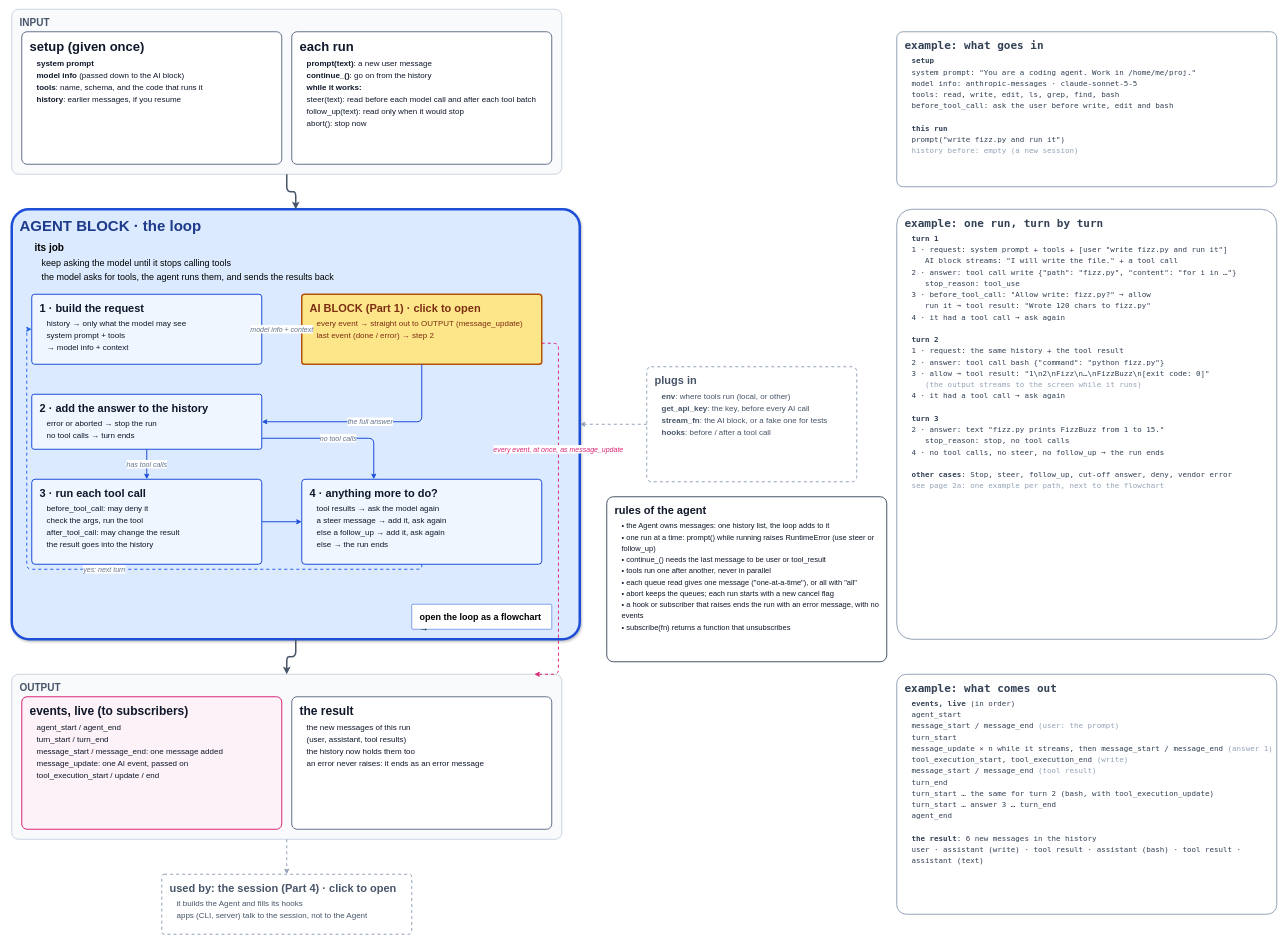
danhugo/simp-agent keeps this draw.io diagram as page "2 · Agent block" (1 of 7) of docs/guidebook/img/architecture.drawio. Above is the earlier version. Source tidied: cells renumbered, new cells numbered last; positions are measured from the earlier drawing's top-left corner, leaving out a move shared by most shapes. Both pictures are drawn from the tidied source at 50%, with x=0, y=0 at pixel (12, 9).
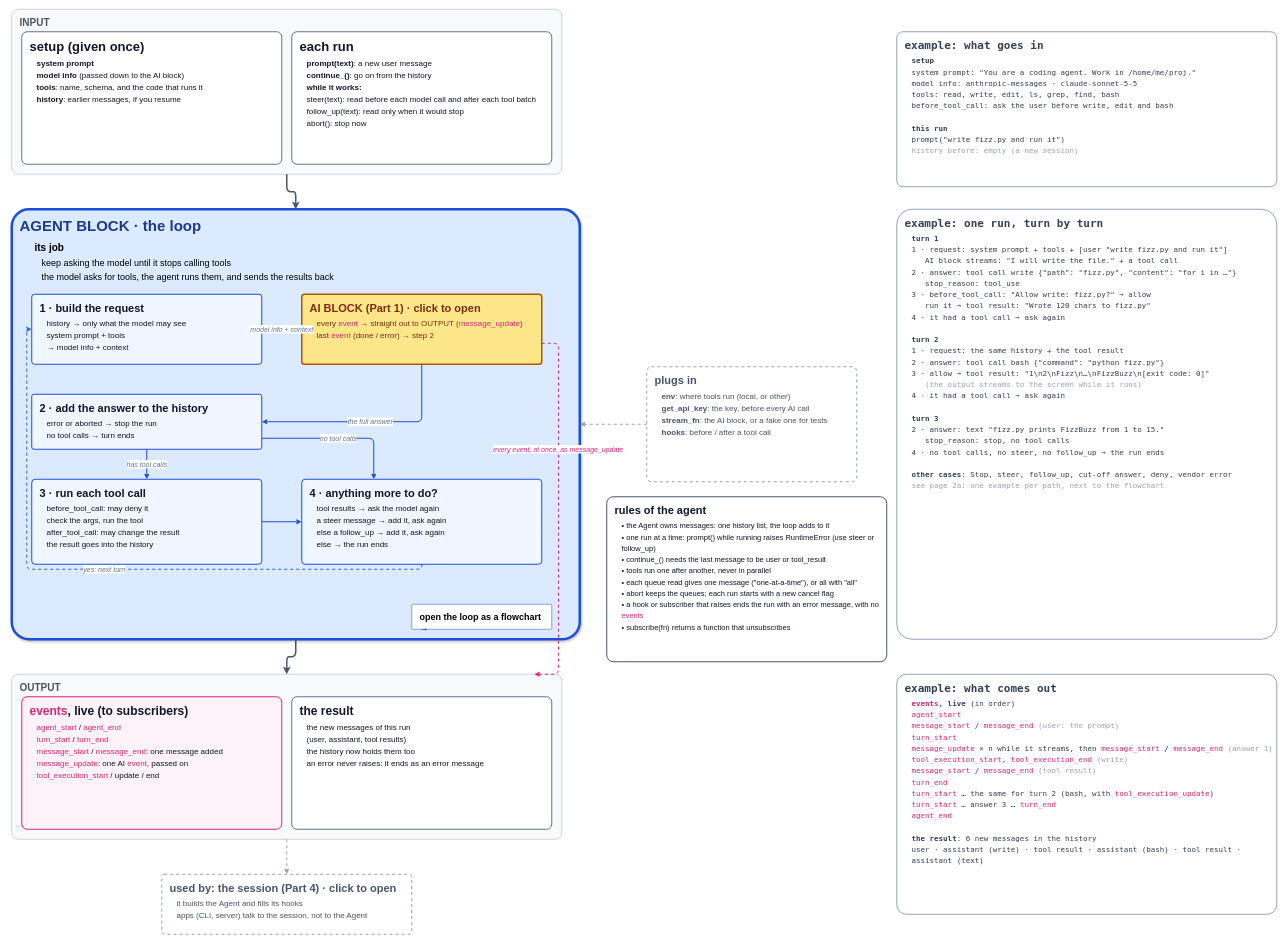
Above is the later version.

Commit message (it also covers changes not shown here):
guidebook: event words in pink inside every box

Unchanged cells that the change refers to:
```xml
<mxCell id="18" value="&lt;b style=&quot;font-size:20px&quot;&gt;OUTPUT&lt;/b&gt;&lt;div style=&quot;font-size:16px;line-height:1.5;margin-top:6px;padding-left:14px&quot;&gt;&lt;/div&gt;" style="whiteSpace=wrap;html=1;align=left;verticalAlign=top;spacingLeft=14;spacingTop=8;rounded=1;arcSize=4;fillColor=#f8fafc;strokeColor=#cbd5e1;strokeWidth=2;fontColor=#475569;" parent="1" vertex="1">
  <mxGeometry y="1330" width="1100" height="330" as="geometry" />
</mxCell>
```

Diff of the diagram source:
```diff
@@
-    <mxCell id="8" value="&lt;b style=&quot;font-size:22px&quot;&gt;AI BLOCK (Part 1) · click to open&lt;/b&gt;&lt;div style=&quot;font-size:16px;line-height:1.5;margin-top:6px;padding-left:14px&quot;&gt;every event → straight out to OUTPUT (message_update)&lt;br&gt;last event (done / error) → step 2&lt;/div&gt;" style="whiteSpace=wrap;html=1;align=left;verticalAlign=top;spacingLeft=14;spacingTop=8;rounded=1;arcSize=4;fillColor=#fde68a;strokeColor=#b45309;strokeWidth=3;fontColor=#7c2d12;" parent="1" vertex="1">
+    <mxCell id="8" value="&lt;b style=&quot;font-size:22px&quot;&gt;AI BLOCK (Part 1) · click to open&lt;/b&gt;&lt;div style=&quot;font-size:16px;line-height:1.5;margin-top:6px;padding-left:14px&quot;&gt;every &lt;span style=&quot;color:#db2777&quot;&gt;event&lt;/span&gt; → straight out to OUTPUT (&lt;span style=&quot;color:#db2777&quot;&gt;message_update&lt;/span&gt;)&lt;br&gt;last &lt;span style=&quot;color:#db2777&quot;&gt;event&lt;/span&gt; (done / error) → step 2&lt;/div&gt;" style="whiteSpace=wrap;html=1;align=left;verticalAlign=top;spacingLeft=14;spacingTop=8;rounded=1;arcSize=4;fillColor=#fde68a;strokeColor=#b45309;strokeWidth=3;fontColor=#7c2d12;" parent="1" vertex="1">
       <mxGeometry x="580" y="570" width="480" height="140" as="geometry" />
     </mxCell>
@@
-    <mxCell id="19" value="&lt;b style=&quot;font-size:24px&quot;&gt;events, live (to subscribers)&lt;/b&gt;&lt;div style=&quot;font-size:16px;line-height:1.5;margin-top:6px;padding-left:14px&quot;&gt;agent_start / agent_end&lt;br&gt;turn_start / turn_end&lt;br&gt;message_start / message_end: one message added&lt;br&gt;message_update: one AI event, passed on&lt;br&gt;tool_execution_start / update / end&lt;/div&gt;" style="whiteSpace=wrap;html=1;align=left;verticalAlign=top;spacingLeft=14;spacingTop=8;rounded=1;arcSize=4;fillColor=#fdf2f8;strokeWidth=2;fontColor=#0f172a;strokeColor=#db2777;" parent="1" vertex="1">
+    <mxCell id="19" value="&lt;b style=&quot;font-size:24px&quot;&gt;&lt;span style=&quot;color:#db2777&quot;&gt;events&lt;/span&gt;, live (to subscribers)&lt;/b&gt;&lt;div style=&quot;font-size:16px;line-height:1.5;margin-top:6px;padding-left:14px&quot;&gt;&lt;span style=&quot;color:#db2777&quot;&gt;agent_start&lt;/span&gt; / &lt;span style=&quot;color:#db2777&quot;&gt;agent_end&lt;/span&gt;&lt;br&gt;&lt;span style=&quot;color:#db2777&quot;&gt;turn_start&lt;/span&gt; / &lt;span style=&quot;color:#db2777&quot;&gt;turn_end&lt;/span&gt;&lt;br&gt;&lt;span style=&quot;color:#db2777&quot;&gt;message_start&lt;/span&gt; / &lt;span style=&quot;color:#db2777&quot;&gt;message_end&lt;/span&gt;: one message added&lt;br&gt;&lt;span style=&quot;color:#db2777&quot;&gt;message_update&lt;/span&gt;: one AI &lt;span style=&quot;color:#db2777&quot;&gt;event&lt;/span&gt;, passed on&lt;br&gt;&lt;span style=&quot;color:#db2777&quot;&gt;tool_execution_start&lt;/span&gt; / update / end&lt;/div&gt;" style="whiteSpace=wrap;html=1;align=left;verticalAlign=top;spacingLeft=14;spacingTop=8;rounded=1;arcSize=4;fillColor=#fdf2f8;strokeWidth=2;fontColor=#0f172a;strokeColor=#db2777;" parent="1" vertex="1">
       <mxGeometry x="20" y="1375" width="520" height="265" as="geometry" />
     </mxCell>
@@
-    <mxCell id="25" value="every event, at once, as message_update" style="edgeStyle=orthogonalEdgeStyle;rounded=1;html=1;fontSize=14;fontStyle=2;dashed=1;strokeWidth=2;exitX=1;exitY=0.7;entryX=0.95;entryY=0;strokeColor=#db2777;fontColor=#db2777;" parent="1" edge="1" source="8" target="18">
+    <mxCell id="25" value="every &lt;span style=&quot;color:#db2777&quot;&gt;event&lt;/span&gt;, at once, as &lt;span style=&quot;color:#db2777&quot;&gt;message_update&lt;/span&gt;" style="edgeStyle=orthogonalEdgeStyle;rounded=1;html=1;fontSize=14;fontStyle=2;dashed=1;strokeWidth=2;exitX=1;exitY=0.7;entryX=0.95;entryY=0;strokeColor=#db2777;fontColor=#db2777;" parent="1" edge="1" source="8" target="18">
       <mxGeometry x="-0.34" relative="1" as="geometry">
         <Array as="points">
           <mxPoint x="1093.4" y="668" />
           <mxPoint x="1093.4" y="1330" />
         </Array>
       </mxGeometry>
     </mxCell>
@@
-    <mxCell id="31" value="&lt;b style=&quot;font-size:22px&quot;&gt;example: what comes out&lt;/b&gt;&lt;div style=&quot;font-size:15px;line-height:1.5;margin-top:6px;padding-left:14px&quot;&gt;&lt;b&gt;events, live&lt;/b&gt; (in order)&lt;br&gt;agent_start&lt;br&gt;message_start / message_end  &lt;span style=&quot;color:#94a3b8&quot;&gt;(user: the prompt)&lt;/span&gt;&lt;br&gt;turn_start&lt;br&gt;message_update × n while it streams, then message_start / message_end  &lt;span style=&quot;color:#94a3b8&quot;&gt;(answer 1)&lt;/span&gt;&lt;br&gt;tool_execution_start, tool_execution_end  &lt;span style=&quot;color:#94a3b8&quot;&gt;(write)&lt;/span&gt;&lt;br&gt;message_start / message_end  &lt;span style=&quot;color:#94a3b8&quot;&gt;(tool result)&lt;/span&gt;&lt;br&gt;turn_end&lt;br&gt;turn_start … the same for turn 2 (bash, with tool_execution_update)&lt;br&gt;turn_start … answer 3 … turn_end&lt;br&gt;agent_end&lt;br&gt;&lt;br&gt;&lt;b&gt;the result&lt;/b&gt;: 6 new messages in the history&lt;br&gt;user · assistant (write) · tool result · assistant (bash) · tool result · assistant (text)&lt;/div&gt;" style="whiteSpace=wrap;html=1;align=left;verticalAlign=top;spacingLeft=14;spacingTop=8;rounded=1;arcSize=4;fillColor=#ffffff;strokeColor=#94a3b8;strokeWidth=2;fontColor=#334155;fontFamily=Menlo;" parent="1" vertex="1">
+    <mxCell id="31" value="&lt;b style=&quot;font-size:22px&quot;&gt;example: what comes out&lt;/b&gt;&lt;div style=&quot;font-size:15px;line-height:1.5;margin-top:6px;padding-left:14px&quot;&gt;&lt;b&gt;&lt;span style=&quot;color:#db2777&quot;&gt;events&lt;/span&gt;, live&lt;/b&gt; (in order)&lt;br&gt;&lt;span style=&quot;color:#db2777&quot;&gt;agent_start&lt;/span&gt;&lt;br&gt;&lt;span style=&quot;color:#db2777&quot;&gt;message_start&lt;/span&gt; / &lt;span style=&quot;color:#db2777&quot;&gt;message_end&lt;/span&gt;  &lt;span style=&quot;color:#94a3b8&quot;&gt;(user: the prompt)&lt;/span&gt;&lt;br&gt;&lt;span style=&quot;color:#db2777&quot;&gt;turn_start&lt;/span&gt;&lt;br&gt;&lt;span style=&quot;color:#db2777&quot;&gt;message_update&lt;/span&gt; × n while it streams, then &lt;span style=&quot;color:#db2777&quot;&gt;message_start&lt;/span&gt; / &lt;span style=&quot;color:#db2777&quot;&gt;message_end&lt;/span&gt;  &lt;span style=&quot;color:#94a3b8&quot;&gt;(answer 1)&lt;/span&gt;&lt;br&gt;&lt;span style=&quot;color:#db2777&quot;&gt;tool_execution_start&lt;/span&gt;, &lt;span style=&quot;color:#db2777&quot;&gt;tool_execution_end&lt;/span&gt;  &lt;span style=&quot;color:#94a3b8&quot;&gt;(write)&lt;/span&gt;&lt;br&gt;&lt;span style=&quot;color:#db2777&quot;&gt;message_start&lt;/span&gt; / &lt;span style=&quot;color:#db2777&quot;&gt;message_end&lt;/span&gt;  &lt;span style=&quot;color:#94a3b8&quot;&gt;(tool result)&lt;/span&gt;&lt;br&gt;&lt;span style=&quot;color:#db2777&quot;&gt;turn_end&lt;/span&gt;&lt;br&gt;&lt;span style=&quot;color:#db2777&quot;&gt;turn_start&lt;/span&gt; … the same for turn 2 (bash, with &lt;span style=&quot;color:#db2777&quot;&gt;tool_execution_update&lt;/span&gt;)&lt;br&gt;&lt;span style=&quot;color:#db2777&quot;&gt;turn_start&lt;/span&gt; … answer 3 … &lt;span style=&quot;color:#db2777&quot;&gt;turn_end&lt;/span&gt;&lt;br&gt;&lt;span style=&quot;color:#db2777&quot;&gt;agent_end&lt;/span&gt;&lt;br&gt;&lt;br&gt;&lt;b&gt;the result&lt;/b&gt;: 6 new messages in the history&lt;br&gt;user · assistant (write) · tool result · assistant (bash) · tool result · assistant (text)&lt;/div&gt;" style="whiteSpace=wrap;html=1;align=left;verticalAlign=top;spacingLeft=14;spacingTop=8;rounded=1;arcSize=4;fillColor=#ffffff;strokeColor=#94a3b8;strokeWidth=2;fontColor=#334155;fontFamily=Menlo;" parent="1" vertex="1">
       <mxGeometry x="1770" y="1330" width="760" height="480" as="geometry" />
     </mxCell>
-    <mxCell id="32" value="&lt;b style=&quot;font-size:22px&quot;&gt;rules of the agent&lt;/b&gt;&lt;div style=&quot;font-size:15px;line-height:1.5;margin-top:6px;padding-left:14px&quot;&gt;• the Agent owns messages: one history list, the loop adds to it&lt;br&gt;• one run at a time: prompt() while running raises RuntimeError (use steer or follow_up)&lt;br&gt;• continue_() needs the last message to be user or tool_result&lt;br&gt;• tools run one after another, never in parallel&lt;br&gt;• each queue read gives one message (&quot;one-at-a-time&quot;), or all with &quot;all&quot;&lt;br&gt;• abort keeps the queues; each run starts with a new cancel flag&lt;br&gt;• a hook or subscriber that raises ends the run with an error message, with no events&lt;br&gt;• subscribe(fn) returns a function that unsubscribes&lt;/div&gt;" style="whiteSpace=wrap;html=1;align=left;verticalAlign=top;spacingLeft=14;spacingTop=8;rounded=1;arcSize=4;strokeWidth=2;fontColor=#0f172a;fillColor=#ffffff;strokeColor=#475569;" parent="1" vertex="1">
+    <mxCell id="32" value="&lt;b style=&quot;font-size:22px&quot;&gt;rules of the agent&lt;/b&gt;&lt;div style=&quot;font-size:15px;line-height:1.5;margin-top:6px;padding-left:14px&quot;&gt;• the Agent owns messages: one history list, the loop adds to it&lt;br&gt;• one run at a time: prompt() while running raises RuntimeError (use steer or follow_up)&lt;br&gt;• continue_() needs the last message to be user or tool_result&lt;br&gt;• tools run one after another, never in parallel&lt;br&gt;• each queue read gives one message (&quot;one-at-a-time&quot;), or all with &quot;all&quot;&lt;br&gt;• abort keeps the queues; each run starts with a new cancel flag&lt;br&gt;• a hook or subscriber that raises ends the run with an error message, with no &lt;span style=&quot;color:#db2777&quot;&gt;events&lt;/span&gt;&lt;br&gt;• subscribe(fn) returns a function that unsubscribes&lt;/div&gt;" style="whiteSpace=wrap;html=1;align=left;verticalAlign=top;spacingLeft=14;spacingTop=8;rounded=1;arcSize=4;strokeWidth=2;fontColor=#0f172a;fillColor=#ffffff;strokeColor=#475569;" parent="1" vertex="1">
       <mxGeometry x="1190" y="975" width="560" height="330" as="geometry" />
     </mxCell>
```
